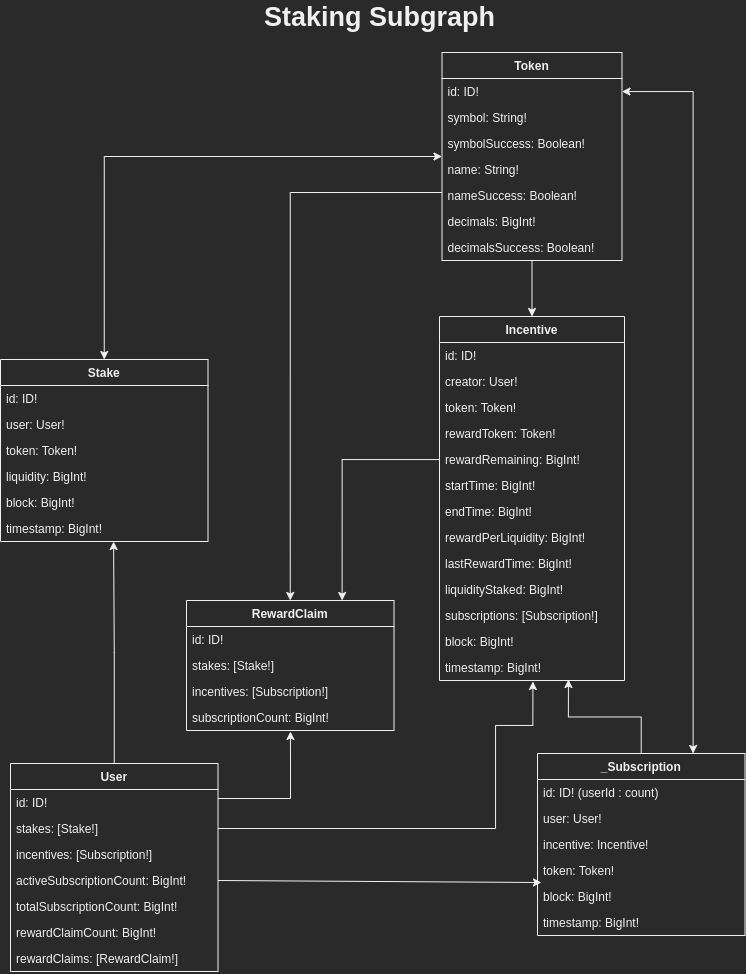
Before: the-graph/images/staking_subgraph.png, a diagram exported from draw.io (sushiswap/subgraphs). Source tidied: cells renumbered, new cells last; positions are measured from the earlier drawing's top-left corner, leaving out a move shared by most shapes.
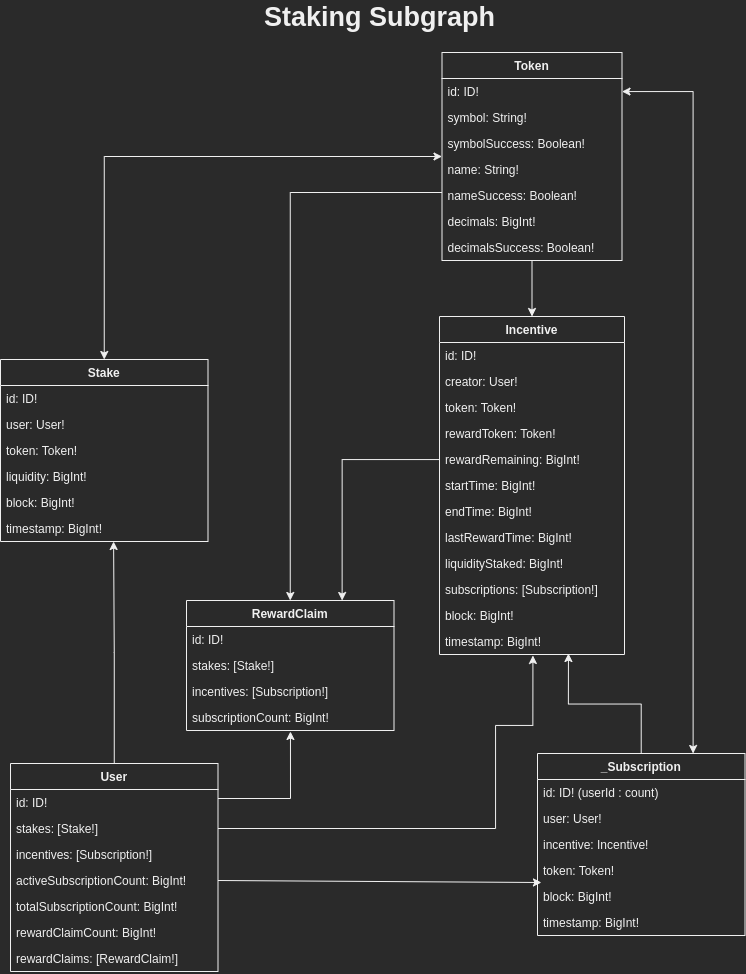
After the change.

Change to the diagram source:
```diff
@@ -80,7 +80,7 @@
       <mxGeometry x="258" width="241" height="23" as="geometry" />
     </mxCell>
     <mxCell id="25" value="Incentive" style="swimlane;fontStyle=1;horizontal=1;startSize=26;" parent="1" vertex="1">
-      <mxGeometry x="439" y="311" width="185" height="364" as="geometry" />
+      <mxGeometry x="439" y="311" width="185" height="338" as="geometry" />
     </mxCell>
     <mxCell id="26" value=" id: ID!" style="text;strokeColor=none;fillColor=none;align=left;verticalAlign=top;spacingLeft=4;spacingRight=4;overflow=hidden;" parent="25" vertex="1">
       <mxGeometry y="26" width="185" height="26" as="geometry" />
@@ -103,23 +103,20 @@
     <mxCell id="32" value="endTime: BigInt!&#10;" style="text;align=left;verticalAlign=top;spacingLeft=4;spacingRight=4;overflow=hidden;" parent="25" vertex="1">
       <mxGeometry y="182" width="185" height="26" as="geometry" />
     </mxCell>
-    <mxCell id="33" value="  rewardPerLiquidity: BigInt!&#10;" style="text;align=left;verticalAlign=top;spacingLeft=4;spacingRight=4;overflow=hidden;" parent="25" vertex="1">
-      <mxGeometry y="208" width="185" height="26" as="geometry" />
-    </mxCell>
     <mxCell id="34" value="  lastRewardTime: BigInt!&#10;" style="text;align=left;verticalAlign=top;spacingLeft=4;spacingRight=4;overflow=hidden;" parent="25" vertex="1">
-      <mxGeometry y="234" width="185" height="26" as="geometry" />
+      <mxGeometry y="208" width="185" height="26" as="geometry" />
     </mxCell>
     <mxCell id="35" value="  liquidityStaked: BigInt!&#10;" style="text;align=left;verticalAlign=top;spacingLeft=4;spacingRight=4;overflow=hidden;" parent="25" vertex="1">
-      <mxGeometry y="260" width="185" height="26" as="geometry" />
+      <mxGeometry y="234" width="185" height="26" as="geometry" />
     </mxCell>
     <mxCell id="36" value="subscriptions: [Subscription!]" style="text;align=left;verticalAlign=top;spacingLeft=4;spacingRight=4;overflow=hidden;" parent="25" vertex="1">
-      <mxGeometry y="286" width="185" height="26" as="geometry" />
+      <mxGeometry y="260" width="185" height="26" as="geometry" />
     </mxCell>
     <mxCell id="37" value="  block: BigInt!&#10;" style="text;align=left;verticalAlign=top;spacingLeft=4;spacingRight=4;overflow=hidden;" parent="25" vertex="1">
-      <mxGeometry y="312" width="185" height="26" as="geometry" />
+      <mxGeometry y="286" width="185" height="26" as="geometry" />
     </mxCell>
     <mxCell id="38" value="  timestamp: BigInt!&#10;" style="text;align=left;verticalAlign=top;spacingLeft=4;spacingRight=4;overflow=hidden;points=[[0,0.5],[1,0.5]];portConstraint=eastwest;" parent="25" vertex="1">
-      <mxGeometry y="338" width="185" height="26" as="geometry" />
+      <mxGeometry y="312" width="185" height="26" as="geometry" />
     </mxCell>
     <mxCell id="39" style="edgeStyle=orthogonalEdgeStyle;rounded=0;jettySize=auto;html=1;entryX=0.697;entryY=0.962;entryDx=0;entryDy=0;entryPerimeter=0;" parent="1" edge="1" source="40" target="38">
       <mxGeometry relative="1" as="geometry" />
```
